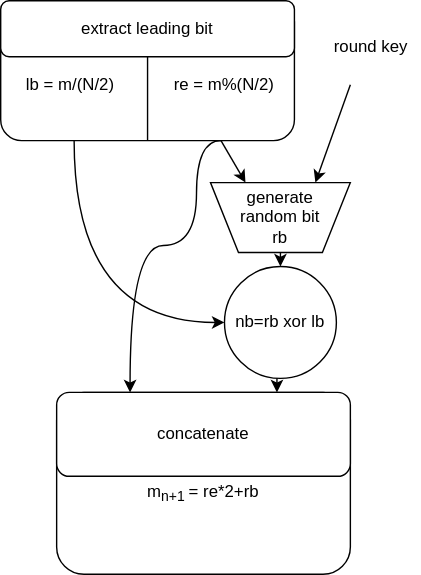
The draw.io diagram ThorpRound.svg in Glinrens-corner/thorp_shuffle, before a commit. Source tidied: cells renumbered, new cells last; positions are measured from the earlier drawing's top-left corner, leaving out a move shared by most shapes. The source it was exported from:
```xml
<mxGraphModel>
  <root>
    <mxCell id="0" />
    <mxCell id="1" parent="0" />
    <mxCell id="2" style="rounded=0;jettySize=auto;html=1;exitX=0.75;exitY=1;exitDx=0;exitDy=0;entryX=0.75;entryY=1;entryDx=0;entryDy=0;" parent="1" edge="1" source="5" target="11">
      <mxGeometry relative="1" as="geometry" />
    </mxCell>
    <mxCell id="3" style="edgeStyle=orthogonalEdgeStyle;rounded=0;jettySize=auto;html=1;exitX=0.25;exitY=1;exitDx=0;exitDy=0;curved=1;entryX=0;entryY=0.5;entryDx=0;entryDy=0;" parent="1" edge="1" source="5" target="15">
      <mxGeometry relative="1" as="geometry" />
    </mxCell>
    <mxCell id="4" style="edgeStyle=orthogonalEdgeStyle;rounded=0;jettySize=auto;html=1;exitX=0.75;exitY=1;exitDx=0;exitDy=0;curved=1;entryX=0.25;entryY=0;entryDx=0;entryDy=0;" parent="1" edge="1" source="5" target="16">
      <mxGeometry relative="1" as="geometry">
        <Array as="points">
          <mxPoint x="140" y="100" />
          <mxPoint x="140" y="175" />
          <mxPoint x="93" y="175" />
        </Array>
      </mxGeometry>
    </mxCell>
    <mxCell id="5" style="rounded=1;whiteSpace=wrap;html=1;fillColor=#FFFFFF;" parent="1" vertex="1">
      <mxGeometry width="210" height="100" as="geometry" />
    </mxCell>
    <mxCell id="6" value="extract leading bit" style="rounded=1;whiteSpace=wrap;html=1;" parent="1" vertex="1">
      <mxGeometry width="210" height="40" as="geometry" />
    </mxCell>
    <mxCell id="7" style="endArrow=none;html=1;entryX=0.5;entryY=1;entryDx=0;entryDy=0;exitX=0.5;exitY=1;exitDx=0;exitDy=0;" parent="1" edge="1" source="5" target="6">
      <mxGeometry relative="1" as="geometry" />
    </mxCell>
    <mxCell id="8" value="lb = m/(N/2)" style="text;html=1;strokeColor=none;fillColor=none;align=center;verticalAlign=middle;whiteSpace=wrap;rounded=0;" parent="1" vertex="1">
      <mxGeometry x="10" y="50" width="80" height="20" as="geometry" />
    </mxCell>
    <mxCell id="9" value="re = m%(N/2)" style="text;html=1;strokeColor=none;fillColor=none;align=center;verticalAlign=middle;whiteSpace=wrap;rounded=0;" parent="1" vertex="1">
      <mxGeometry x="120" y="50" width="80" height="20" as="geometry" />
    </mxCell>
    <mxCell id="10" style="rounded=0;jettySize=auto;html=1;exitX=0.5;exitY=0;exitDx=0;exitDy=0;entryX=0.5;entryY=0;entryDx=0;entryDy=0;" parent="1" edge="1" source="11" target="15">
      <mxGeometry relative="1" as="geometry" />
    </mxCell>
    <mxCell id="11" style="shape=trapezoid;perimeter=trapezoidPerimeter;whiteSpace=wrap;html=1;fixedSize=1;fillColor=#FFFFFF;size=20;direction=west;" parent="1" vertex="1">
      <mxGeometry x="150" y="130" width="100" height="50" as="geometry" />
    </mxCell>
    <mxCell id="12" style="endArrow=classic;html=1;entryX=0.25;entryY=1;entryDx=0;entryDy=0;" parent="1" edge="1" target="11">
      <mxGeometry relative="1" as="geometry">
        <mxPoint x="250" y="60" as="sourcePoint" />
      </mxGeometry>
    </mxCell>
    <mxCell id="13" value="&lt;div&gt;generate&lt;/div&gt;&lt;div&gt;random bit&lt;br&gt;&lt;/div&gt;&lt;div&gt;rb&lt;br&gt;&lt;/div&gt;" style="text;html=1;strokeColor=none;fillColor=none;align=center;verticalAlign=middle;whiteSpace=wrap;rounded=0;" parent="1" vertex="1">
      <mxGeometry x="160" y="135" width="80" height="40" as="geometry" />
    </mxCell>
    <mxCell id="14" style="edgeStyle=orthogonalEdgeStyle;curved=1;rounded=0;jettySize=auto;html=1;exitX=0.5;exitY=1;exitDx=0;exitDy=0;entryX=0.75;entryY=0;entryDx=0;entryDy=0;" parent="1" edge="1" source="15" target="16">
      <mxGeometry relative="1" as="geometry">
        <Array as="points">
          <mxPoint x="200" y="260" />
          <mxPoint x="198" y="260" />
        </Array>
      </mxGeometry>
    </mxCell>
    <mxCell id="15" value="nb=rb xor lb" style="ellipse;whiteSpace=wrap;html=1;fillColor=#FFFFFF;" parent="1" vertex="1">
      <mxGeometry x="160" y="190" width="80" height="80" as="geometry" />
    </mxCell>
    <mxCell id="16" value="&lt;div&gt;&lt;br&gt;&lt;/div&gt;&lt;div&gt;m&lt;sub&gt;n+1 &lt;/sub&gt;= re*2+rb&lt;br&gt;&lt;/div&gt;" style="rounded=1;whiteSpace=wrap;html=1;fillColor=#FFFFFF;" parent="1" vertex="1">
      <mxGeometry x="40" y="280" width="210" height="130" as="geometry" />
    </mxCell>
    <mxCell id="17" value="concatenate " style="rounded=1;whiteSpace=wrap;html=1;fillColor=#FFFFFF;" parent="1" vertex="1">
      <mxGeometry x="40" y="280" width="210" height="60" as="geometry" />
    </mxCell>
    <mxCell id="18" value="&lt;div&gt;round key&lt;/div&gt;&lt;div&gt;&lt;br&gt;&lt;/div&gt;" style="text;html=1;strokeColor=none;fillColor=none;align=center;verticalAlign=middle;whiteSpace=wrap;rounded=0;" parent="1" vertex="1">
      <mxGeometry x="230" y="30" width="70" height="20" as="geometry" />
    </mxCell>
  </root>
</mxGraphModel>
```
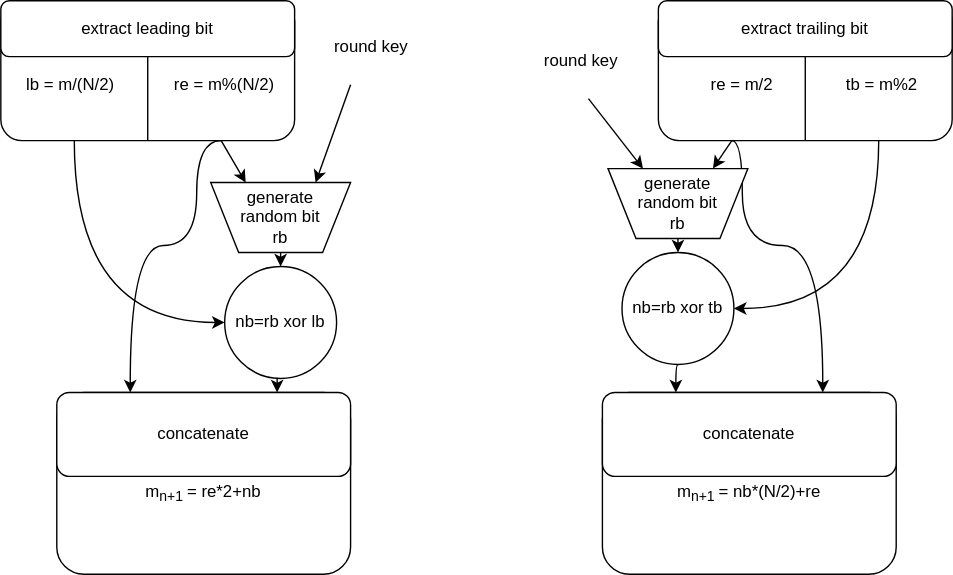
Above is the later version.

Change to the diagram source:
```diff
@@ -57,7 +57,7 @@
     <mxCell id="15" value="nb=rb xor lb" style="ellipse;whiteSpace=wrap;html=1;fillColor=#FFFFFF;" parent="1" vertex="1">
       <mxGeometry x="160" y="190" width="80" height="80" as="geometry" />
     </mxCell>
-    <mxCell id="16" value="&lt;div&gt;&lt;br&gt;&lt;/div&gt;&lt;div&gt;m&lt;sub&gt;n+1 &lt;/sub&gt;= re*2+rb&lt;br&gt;&lt;/div&gt;" style="rounded=1;whiteSpace=wrap;html=1;fillColor=#FFFFFF;" parent="1" vertex="1">
+    <mxCell id="16" value="&lt;div&gt;&lt;br&gt;&lt;/div&gt;&lt;div&gt;m&lt;sub&gt;n+1 &lt;/sub&gt;= re*2+nb&lt;br&gt;&lt;/div&gt;" style="rounded=1;whiteSpace=wrap;html=1;fillColor=#FFFFFF;" parent="1" vertex="1">
       <mxGeometry x="40" y="280" width="210" height="130" as="geometry" />
     </mxCell>
     <mxCell id="17" value="concatenate " style="rounded=1;whiteSpace=wrap;html=1;fillColor=#FFFFFF;" parent="1" vertex="1">
@@ -66,5 +66,66 @@
     <mxCell id="18" value="&lt;div&gt;round key&lt;/div&gt;&lt;div&gt;&lt;br&gt;&lt;/div&gt;" style="text;html=1;strokeColor=none;fillColor=none;align=center;verticalAlign=middle;whiteSpace=wrap;rounded=0;" parent="1" vertex="1">
       <mxGeometry x="230" y="30" width="70" height="20" as="geometry" />
     </mxCell>
+    <mxCell id="19" style="rounded=0;jettySize=auto;html=1;exitX=0.25;exitY=1;exitDx=0;exitDy=0;entryX=0.25;entryY=1;entryDx=0;entryDy=0;" parent="1" edge="1" source="22" target="28">
+      <mxGeometry relative="1" as="geometry" />
+    </mxCell>
+    <mxCell id="20" style="edgeStyle=orthogonalEdgeStyle;rounded=0;jettySize=auto;html=1;exitX=0.75;exitY=1;exitDx=0;exitDy=0;curved=1;entryX=1;entryY=0.5;entryDx=0;entryDy=0;" parent="1" edge="1" source="22" target="32">
+      <mxGeometry relative="1" as="geometry" />
+    </mxCell>
+    <mxCell id="21" style="edgeStyle=orthogonalEdgeStyle;rounded=0;jettySize=auto;html=1;exitX=0.25;exitY=1;exitDx=0;exitDy=0;curved=1;entryX=0.75;entryY=0;entryDx=0;entryDy=0;" parent="1" edge="1" source="22" target="34">
+      <mxGeometry relative="1" as="geometry">
+        <Array as="points">
+          <mxPoint x="530" y="100" />
+          <mxPoint x="530" y="175" />
+          <mxPoint x="588" y="175" />
+        </Array>
+      </mxGeometry>
+    </mxCell>
+    <mxCell id="22" style="rounded=1;whiteSpace=wrap;html=1;fillColor=#FFFFFF;" parent="1" vertex="1">
+      <mxGeometry x="470" width="210" height="100" as="geometry" />
+    </mxCell>
+    <mxCell id="23" value="extract trailing bit" style="rounded=1;whiteSpace=wrap;html=1;" parent="1" vertex="1">
+      <mxGeometry x="470" width="210" height="40" as="geometry" />
+    </mxCell>
+    <mxCell id="24" style="endArrow=none;html=1;entryX=0.5;entryY=1;entryDx=0;entryDy=0;exitX=0.5;exitY=1;exitDx=0;exitDy=0;" parent="1" edge="1" source="22" target="23">
+      <mxGeometry relative="1" as="geometry" />
+    </mxCell>
+    <mxCell id="25" value="tb = m%2" style="text;html=1;strokeColor=none;fillColor=none;align=center;verticalAlign=middle;whiteSpace=wrap;rounded=0;" parent="1" vertex="1">
+      <mxGeometry x="590" y="50" width="80" height="20" as="geometry" />
+    </mxCell>
+    <mxCell id="26" value="re = m/2" style="text;html=1;strokeColor=none;fillColor=none;align=center;verticalAlign=middle;whiteSpace=wrap;rounded=0;" parent="1" vertex="1">
+      <mxGeometry x="490" y="50" width="80" height="20" as="geometry" />
+    </mxCell>
+    <mxCell id="27" style="rounded=0;jettySize=auto;html=1;exitX=0.5;exitY=0;exitDx=0;exitDy=0;" parent="1" edge="1" source="28">
+      <mxGeometry relative="1" as="geometry">
+        <mxPoint x="484" y="180" as="targetPoint" />
+      </mxGeometry>
+    </mxCell>
+    <mxCell id="28" style="shape=trapezoid;perimeter=trapezoidPerimeter;whiteSpace=wrap;html=1;fixedSize=1;fillColor=#FFFFFF;size=20;direction=west;" parent="1" vertex="1">
+      <mxGeometry x="434" y="120" width="100" height="50" as="geometry" />
+    </mxCell>
+    <mxCell id="29" style="endArrow=classic;html=1;entryX=0.75;entryY=1;entryDx=0;entryDy=0;" parent="1" edge="1" target="28">
+      <mxGeometry relative="1" as="geometry">
+        <mxPoint x="420" y="70" as="sourcePoint" />
+      </mxGeometry>
+    </mxCell>
+    <mxCell id="30" value="&lt;div&gt;generate&lt;/div&gt;&lt;div&gt;random bit&lt;br&gt;&lt;/div&gt;&lt;div&gt;rb&lt;br&gt;&lt;/div&gt;" style="text;html=1;strokeColor=none;fillColor=none;align=center;verticalAlign=middle;whiteSpace=wrap;rounded=0;" parent="1" vertex="1">
+      <mxGeometry x="444" y="125" width="80" height="40" as="geometry" />
+    </mxCell>
+    <mxCell id="31" style="edgeStyle=orthogonalEdgeStyle;curved=1;rounded=0;jettySize=auto;html=1;exitX=0.5;exitY=1;exitDx=0;exitDy=0;entryX=0.25;entryY=0;entryDx=0;entryDy=0;" parent="1" edge="1" source="32" target="34">
+      <mxGeometry relative="1" as="geometry" />
+    </mxCell>
+    <mxCell id="32" value="nb=rb xor tb" style="ellipse;whiteSpace=wrap;html=1;fillColor=#FFFFFF;" parent="1" vertex="1">
+      <mxGeometry x="444" y="180" width="80" height="80" as="geometry" />
+    </mxCell>
+    <mxCell id="33" value="&lt;div&gt;&lt;br&gt;&lt;/div&gt;&lt;div&gt;m&lt;sub&gt;n+1 &lt;/sub&gt;= nb*(N/2)+re&lt;/div&gt;" style="rounded=1;whiteSpace=wrap;html=1;fillColor=#FFFFFF;" parent="1" vertex="1">
+      <mxGeometry x="430" y="280" width="210" height="130" as="geometry" />
+    </mxCell>
+    <mxCell id="34" value="concatenate " style="rounded=1;whiteSpace=wrap;html=1;fillColor=#FFFFFF;" parent="1" vertex="1">
+      <mxGeometry x="430" y="280" width="210" height="60" as="geometry" />
+    </mxCell>
+    <mxCell id="35" value="&lt;div&gt;round key&lt;/div&gt;&lt;div&gt;&lt;br&gt;&lt;/div&gt;" style="text;html=1;strokeColor=none;fillColor=none;align=center;verticalAlign=middle;whiteSpace=wrap;rounded=0;" parent="1" vertex="1">
+      <mxGeometry x="380" y="40" width="70" height="20" as="geometry" />
+    </mxCell>
   </root>
 </mxGraphModel>
```
